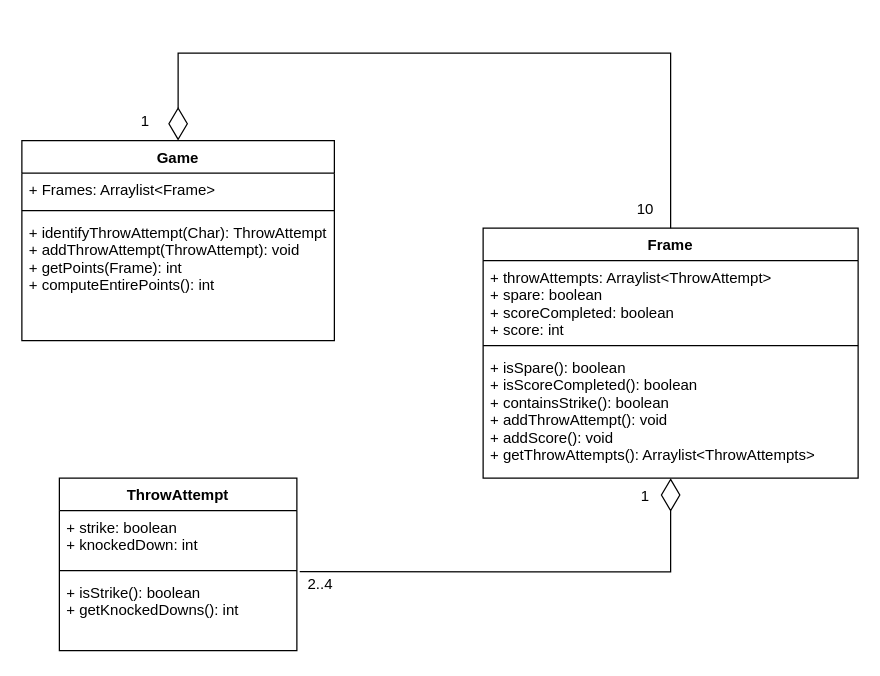
JaJoe01/AmericanTenPinBowlingCalculator keeps this draw.io diagram as AmericanTenPinBowlingKlassendiagrammUML.drawio. Above is the earlier version. Source tidied: cells renumbered, new cells numbered last; positions are measured from the earlier drawing's top-left corner, leaving out a move shared by most shapes. Both pictures are drawn from the tidied source at 125%, with x=0, y=0 at pixel (21, 52).
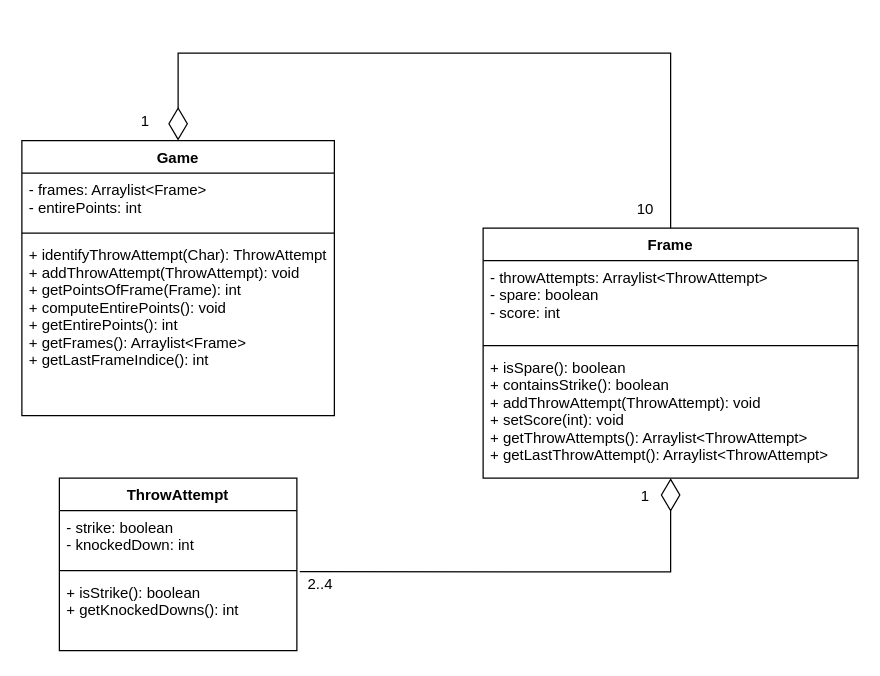
Above is the later version.

Unchanged cells that the change refers to:
```xml
<mxCell id="6" value="Frame" style="swimlane;fontStyle=1;align=center;verticalAlign=top;horizontal=1;startSize=26;" parent="1" vertex="1">
  <mxGeometry x="369" y="140" width="300" height="200" as="geometry" />
</mxCell>
<mxCell id="10" value="ThrowAttempt" style="swimlane;fontStyle=1;align=center;verticalAlign=top;horizontal=1;startSize=26;" parent="1" vertex="1">
  <mxGeometry x="30" y="340" width="190" height="138" as="geometry" />
</mxCell>
```

What changed in the source:
```diff
@@
     <mxCell id="2" value="Game" style="swimlane;fontStyle=1;align=center;verticalAlign=top;horizontal=1;startSize=26;" parent="1" vertex="1">
-      <mxGeometry y="70" width="250" height="160" as="geometry" />
+      <mxGeometry y="70" width="250" height="220" as="geometry" />
     </mxCell>
-    <mxCell id="3" value="+ Frames: Arraylist&lt;Frame&gt;" style="text;strokeColor=none;fillColor=none;align=left;verticalAlign=top;spacingLeft=4;spacingRight=4;overflow=hidden;" parent="2" vertex="1">
-      <mxGeometry y="26" width="250" height="26" as="geometry" />
+    <mxCell id="3" value="- frames: Arraylist&lt;Frame&gt;&#10;- entirePoints: int&#10;" style="text;strokeColor=none;fillColor=none;align=left;verticalAlign=top;spacingLeft=4;spacingRight=4;overflow=hidden;" parent="2" vertex="1">
+      <mxGeometry y="26" width="250" height="44" as="geometry" />
     </mxCell>
     <mxCell id="4" style="line;strokeWidth=1;fillColor=none;align=left;verticalAlign=middle;spacingTop=-1;spacingLeft=3;spacingRight=3;labelPosition=right;" parent="2" vertex="1">
-      <mxGeometry y="52" width="250" height="8" as="geometry" />
+      <mxGeometry y="70" width="250" height="8" as="geometry" />
     </mxCell>
-    <mxCell id="5" value="+ identifyThrowAttempt(Char): ThrowAttempt&#10;+ addThrowAttempt(ThrowAttempt): void&#10;+ getPoints(Frame): int&#10;+ computeEntirePoints(): int&#10;" style="text;strokeColor=none;fillColor=none;align=left;verticalAlign=top;spacingLeft=4;spacingRight=4;overflow=hidden;" parent="2" vertex="1">
-      <mxGeometry y="60" width="250" height="100" as="geometry" />
+    <mxCell id="5" value="+ identifyThrowAttempt(Char): ThrowAttempt&#10;+ addThrowAttempt(ThrowAttempt): void&#10;+ getPointsOfFrame(Frame): int&#10;+ computeEntirePoints(): void&#10;+ getEntirePoints(): int&#10;+ getFrames(): Arraylist&lt;Frame&gt;&#10;+ getLastFrameIndice(): int&#10;" style="text;strokeColor=none;fillColor=none;align=left;verticalAlign=top;spacingLeft=4;spacingRight=4;overflow=hidden;" parent="2" vertex="1">
+      <mxGeometry y="78" width="250" height="142" as="geometry" />
     </mxCell>
@@
-    <mxCell id="7" value="+ throwAttempts: Arraylist&lt;ThrowAttempt&gt;&#10;+ spare: boolean&#10;+ scoreCompleted: boolean&#10;+ score: int" style="text;strokeColor=none;fillColor=none;align=left;verticalAlign=top;spacingLeft=4;spacingRight=4;overflow=hidden;" parent="6" vertex="1">
+    <mxCell id="7" value="- throwAttempts: Arraylist&lt;ThrowAttempt&gt;&#10;- spare: boolean&#10;- score: int" style="text;strokeColor=none;fillColor=none;align=left;verticalAlign=top;spacingLeft=4;spacingRight=4;overflow=hidden;" parent="6" vertex="1">
       <mxGeometry y="26" width="300" height="64" as="geometry" />
     </mxCell>
@@
-    <mxCell id="9" value="+ isSpare(): boolean&#10;+ isScoreCompleted(): boolean&#10;+ containsStrike(): boolean&#10;+ addThrowAttempt(): void&#10;+ addScore(): void&#10;+ getThrowAttempts(): Arraylist&lt;ThrowAttempts&gt;&#10;&#10;&#10;" style="text;strokeColor=none;fillColor=none;align=left;verticalAlign=top;spacingLeft=4;spacingRight=4;overflow=hidden;points=[[0,0.5],[1,0.5]];portConstraint=eastwest;" parent="6" vertex="1">
+    <mxCell id="9" value="+ isSpare(): boolean&#10;+ containsStrike(): boolean&#10;+ addThrowAttempt(ThrowAttempt): void&#10;+ setScore(int): void&#10;+ getThrowAttempts(): Arraylist&lt;ThrowAttempt&gt;&#10;+ getLastThrowAttempt(): Arraylist&lt;ThrowAttempt&gt;&#10;&#10;&#10;&#10;" style="text;strokeColor=none;fillColor=none;align=left;verticalAlign=top;spacingLeft=4;spacingRight=4;overflow=hidden;points=[[0,0.5],[1,0.5]];portConstraint=eastwest;" parent="6" vertex="1">
       <mxGeometry y="98" width="300" height="102" as="geometry" />
     </mxCell>
@@
-    <mxCell id="11" value="+ strike: boolean&#10;+ knockedDown: int&#10;" style="text;strokeColor=none;fillColor=none;align=left;verticalAlign=top;spacingLeft=4;spacingRight=4;overflow=hidden;" parent="10" vertex="1">
+    <mxCell id="11" value="- strike: boolean&#10;- knockedDown: int&#10;" style="text;strokeColor=none;fillColor=none;align=left;verticalAlign=top;spacingLeft=4;spacingRight=4;overflow=hidden;" parent="10" vertex="1">
       <mxGeometry y="26" width="190" height="44" as="geometry" />
     </mxCell>
```
